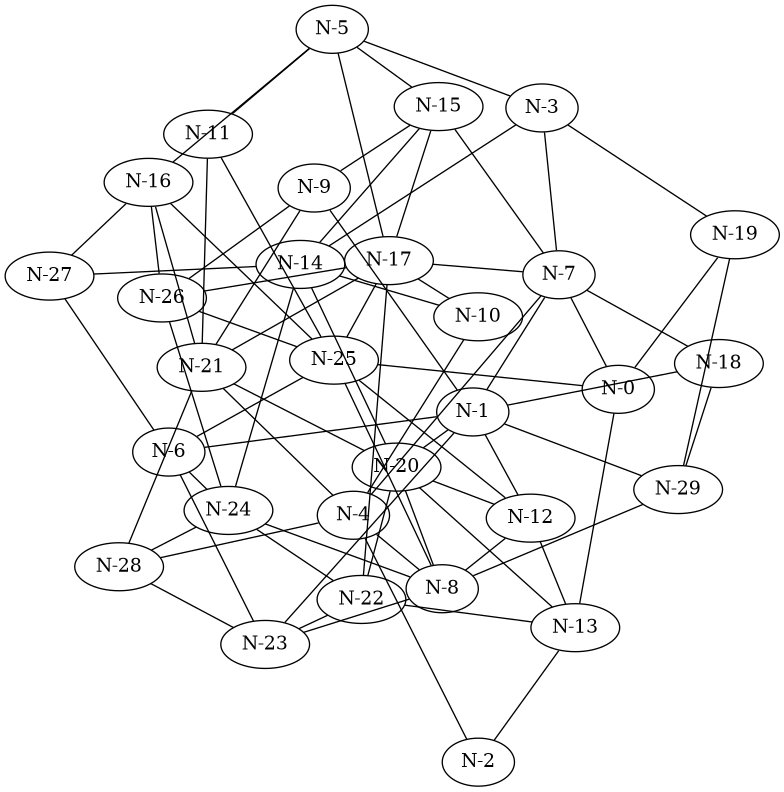
The Graphviz diagram doc/30-nodos/Grafo-Gilbert-No-Dirigido-n=30-p=0.1.png in ArielXL/daa-b25, before a commit. Its source is kept beside it as doc/30-nodos/Grafo-Gilbert-No-Dirigido-n=30-p=0.1.dot. Its diagram source:
```dot
graph G {
    "N-0";
    "N-1";
    "N-2";
    "N-3";
    "N-4";
    "N-5";
    "N-6";
    "N-7";
    "N-8";
    "N-9";
    "N-10";
    "N-11";
    "N-12";
    "N-13";
    "N-14";
    "N-15";
    "N-16";
    "N-17";
    "N-18";
    "N-19";
    "N-20";
    "N-21";
    "N-22";
    "N-23";
    "N-24";
    "N-25";
    "N-26";
    "N-27";
    "N-28";
    "N-29";
    "N-1" -- "N-29";
    "N-1" -- "N-23";
    "N-1" -- "N-9";
    "N-2" -- "N-4";
    "N-4" -- "N-7";
    "N-4" -- "N-21";
    "N-5" -- "N-3";
    "N-5" -- "N-16";
    "N-5" -- "N-15";
    "N-5" -- "N-11";
    "N-6" -- "N-1";
    "N-6" -- "N-23";
    "N-6" -- "N-27";
    "N-7" -- "N-3";
    "N-7" -- "N-0";
    "N-7" -- "N-1";
    "N-8" -- "N-20";
    "N-8" -- "N-24";
    "N-8" -- "N-4";
    "N-8" -- "N-12";
    "N-9" -- "N-15";
    "N-9" -- "N-26";
    "N-10" -- "N-4";
    "N-12" -- "N-20";
    "N-12" -- "N-1";
    "N-13" -- "N-0";
    "N-13" -- "N-12";
    "N-13" -- "N-2";
    "N-13" -- "N-20";
    "N-13" -- "N-22";
    "N-14" -- "N-15";
    "N-14" -- "N-27";
    "N-14" -- "N-10";
    "N-14" -- "N-3";
    "N-15" -- "N-17";
    "N-15" -- "N-7";
    "N-16" -- "N-27";
    "N-16" -- "N-26";
    "N-17" -- "N-5";
    "N-17" -- "N-10";
    "N-17" -- "N-26";
    "N-17" -- "N-7";
    "N-18" -- "N-7";
    "N-18" -- "N-1";
    "N-19" -- "N-29";
    "N-19" -- "N-0";
    "N-19" -- "N-3";
    "N-20" -- "N-1";
    "N-20" -- "N-14";
    "N-21" -- "N-20";
    "N-21" -- "N-9";
    "N-21" -- "N-11";
    "N-21" -- "N-17";
    "N-21" -- "N-16";
    "N-22" -- "N-23";
    "N-22" -- "N-17";
    "N-22" -- "N-20";
    "N-23" -- "N-8";
    "N-24" -- "N-14";
    "N-24" -- "N-6";
    "N-24" -- "N-28";
    "N-24" -- "N-22";
    "N-25" -- "N-16";
    "N-25" -- "N-0";
    "N-25" -- "N-26";
    "N-25" -- "N-8";
    "N-25" -- "N-11";
    "N-25" -- "N-12";
    "N-25" -- "N-6";
    "N-25" -- "N-17";
    "N-26" -- "N-24";
    "N-28" -- "N-4";
    "N-28" -- "N-23";
    "N-28" -- "N-21";
    "N-29" -- "N-8";
    "N-29" -- "N-18";
}
```
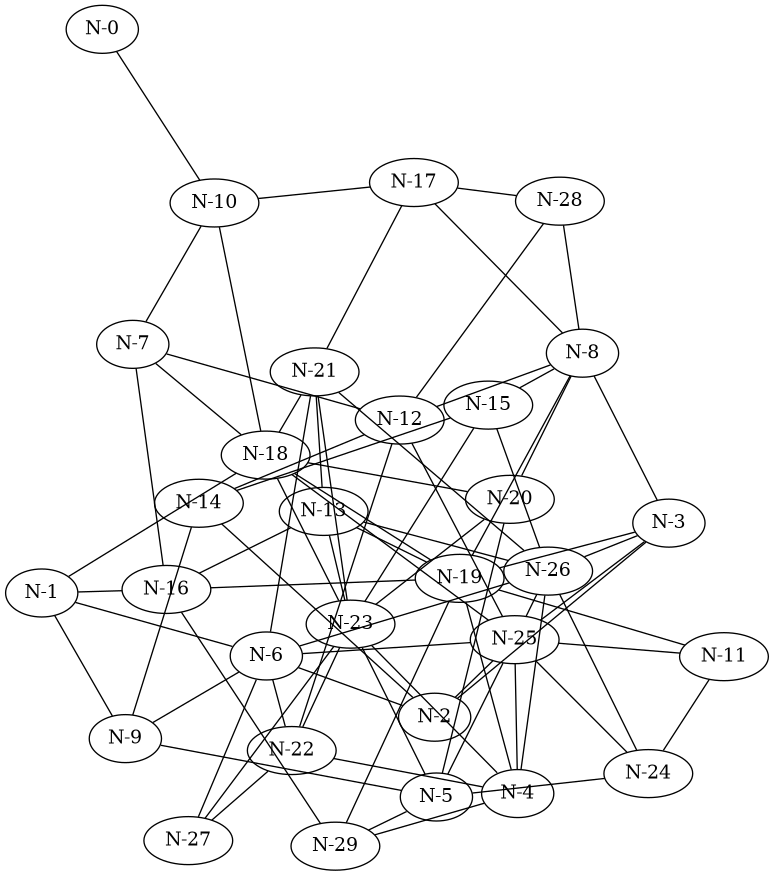
The same diagram one commit later.

Change to the diagram source:
```diff
@@ -29,80 +29,82 @@
     "N-27";
     "N-28";
     "N-29";
-    "N-1" -- "N-29";
-    "N-1" -- "N-23";
+    "N-0" -- "N-10";
+    "N-1" -- "N-6";
+    "N-1" -- "N-16";
     "N-1" -- "N-9";
-    "N-2" -- "N-4";
-    "N-4" -- "N-7";
-    "N-4" -- "N-21";
-    "N-5" -- "N-3";
-    "N-5" -- "N-16";
-    "N-5" -- "N-15";
-    "N-5" -- "N-11";
-    "N-6" -- "N-1";
-    "N-6" -- "N-23";
-    "N-6" -- "N-27";
-    "N-7" -- "N-3";
-    "N-7" -- "N-0";
-    "N-7" -- "N-1";
+    "N-2" -- "N-3";
+    "N-2" -- "N-14";
+    "N-2" -- "N-25";
+    "N-3" -- "N-19";
+    "N-4" -- "N-19";
+    "N-4" -- "N-23";
+    "N-4" -- "N-29";
+    "N-5" -- "N-29";
+    "N-5" -- "N-25";
+    "N-5" -- "N-9";
+    "N-5" -- "N-23";
+    "N-5" -- "N-24";
+    "N-6" -- "N-21";
+    "N-6" -- "N-2";
+    "N-6" -- "N-22";
+    "N-7" -- "N-12";
+    "N-7" -- "N-10";
+    "N-8" -- "N-3";
+    "N-8" -- "N-28";
+    "N-8" -- "N-17";
     "N-8" -- "N-20";
-    "N-8" -- "N-24";
-    "N-8" -- "N-4";
-    "N-8" -- "N-12";
-    "N-9" -- "N-15";
-    "N-9" -- "N-26";
-    "N-10" -- "N-4";
-    "N-12" -- "N-20";
-    "N-12" -- "N-1";
-    "N-13" -- "N-0";
-    "N-13" -- "N-12";
-    "N-13" -- "N-2";
-    "N-13" -- "N-20";
-    "N-13" -- "N-22";
+    "N-8" -- "N-19";
+    "N-9" -- "N-6";
+    "N-11" -- "N-19";
+    "N-12" -- "N-22";
+    "N-12" -- "N-25";
+    "N-12" -- "N-8";
+    "N-12" -- "N-14";
+    "N-13" -- "N-23";
+    "N-13" -- "N-19";
+    "N-13" -- "N-26";
+    "N-13" -- "N-16";
     "N-14" -- "N-15";
-    "N-14" -- "N-27";
-    "N-14" -- "N-10";
-    "N-14" -- "N-3";
-    "N-15" -- "N-17";
-    "N-15" -- "N-7";
-    "N-16" -- "N-27";
-    "N-16" -- "N-26";
-    "N-17" -- "N-5";
+    "N-14" -- "N-9";
+    "N-15" -- "N-26";
+    "N-15" -- "N-23";
+    "N-15" -- "N-8";
+    "N-16" -- "N-7";
+    "N-16" -- "N-29";
+    "N-17" -- "N-21";
     "N-17" -- "N-10";
-    "N-17" -- "N-26";
-    "N-17" -- "N-7";
     "N-18" -- "N-7";
     "N-18" -- "N-1";
-    "N-19" -- "N-29";
-    "N-19" -- "N-0";
-    "N-19" -- "N-3";
-    "N-20" -- "N-1";
-    "N-20" -- "N-14";
-    "N-21" -- "N-20";
-    "N-21" -- "N-9";
-    "N-21" -- "N-11";
-    "N-21" -- "N-17";
-    "N-21" -- "N-16";
-    "N-22" -- "N-23";
-    "N-22" -- "N-17";
-    "N-22" -- "N-20";
-    "N-23" -- "N-8";
-    "N-24" -- "N-14";
-    "N-24" -- "N-6";
-    "N-24" -- "N-28";
-    "N-24" -- "N-22";
-    "N-25" -- "N-16";
-    "N-25" -- "N-0";
-    "N-25" -- "N-26";
-    "N-25" -- "N-8";
+    "N-18" -- "N-20";
+    "N-18" -- "N-10";
+    "N-19" -- "N-18";
+    "N-19" -- "N-16";
+    "N-20" -- "N-5";
+    "N-21" -- "N-13";
+    "N-21" -- "N-18";
+    "N-22" -- "N-4";
+    "N-23" -- "N-20";
+    "N-23" -- "N-22";
+    "N-23" -- "N-21";
+    "N-23" -- "N-18";
+    "N-24" -- "N-11";
+    "N-24" -- "N-25";
+    "N-25" -- "N-18";
+    "N-25" -- "N-3";
+    "N-25" -- "N-4";
     "N-25" -- "N-11";
-    "N-25" -- "N-12";
     "N-25" -- "N-6";
-    "N-25" -- "N-17";
+    "N-26" -- "N-4";
     "N-26" -- "N-24";
-    "N-28" -- "N-4";
-    "N-28" -- "N-23";
-    "N-28" -- "N-21";
-    "N-29" -- "N-8";
-    "N-29" -- "N-18";
+    "N-26" -- "N-25";
+    "N-26" -- "N-6";
+    "N-26" -- "N-21";
+    "N-26" -- "N-3";
+    "N-27" -- "N-6";
+    "N-27" -- "N-22";
+    "N-27" -- "N-23";
+    "N-28" -- "N-12";
+    "N-28" -- "N-17";
+    "N-29" -- "N-19";
 }
```
